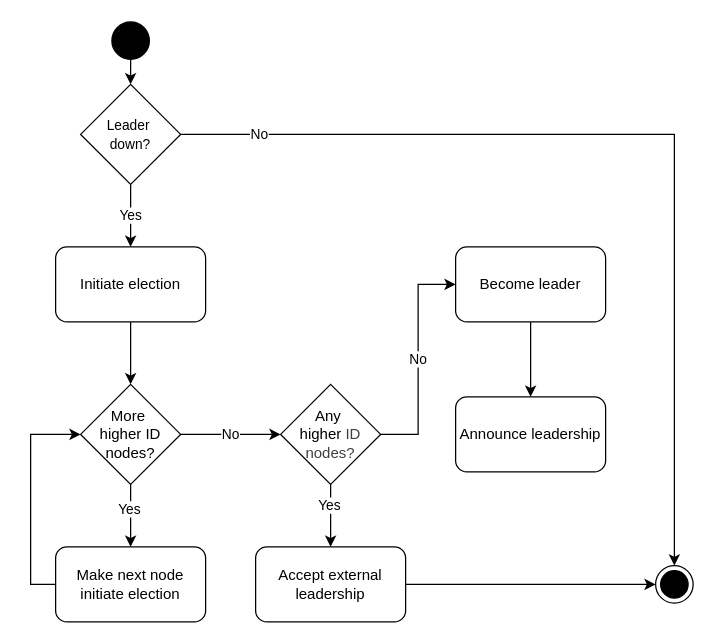
The draw.io diagram page "Activity Diagram" (1 of 2) of Bully/bad bully.drawio in jakoblund2/DS-Leader-Election, before the edit. Source tidied: cells renumbered, new cells numbered last; positions are measured from the earlier drawing's top-left corner, leaving out a move shared by most shapes. Both pictures are drawn from the tidied source at 125%, with x=0, y=0 at pixel (30, 21).
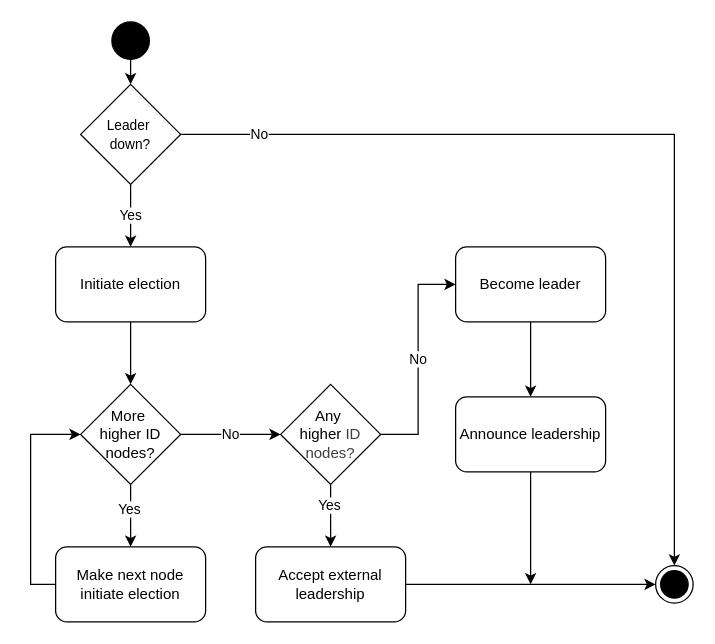
The same page after the edit.

Commit message (it also covers changes not shown here):
fixed bad bully UML diagram

The change refers to these unchanged cells:
```xml
<mxCell id="24" value="Announce leadership" style="rounded=1;whiteSpace=wrap;html=1;" parent="1" vertex="1">
  <mxGeometry x="340" y="300" width="120" height="60" as="geometry" />
</mxCell>
```

The edit, as a diff of the source:
```diff
@@
+    <mxCell id="25" style="edgeStyle=none;html=1;exitX=0.5;exitY=1;exitDx=0;exitDy=0;" parent="1" edge="1" source="24">
+      <mxGeometry relative="1" as="geometry">
+        <mxPoint x="400" y="450" as="targetPoint" />
+      </mxGeometry>
+    </mxCell>
```
